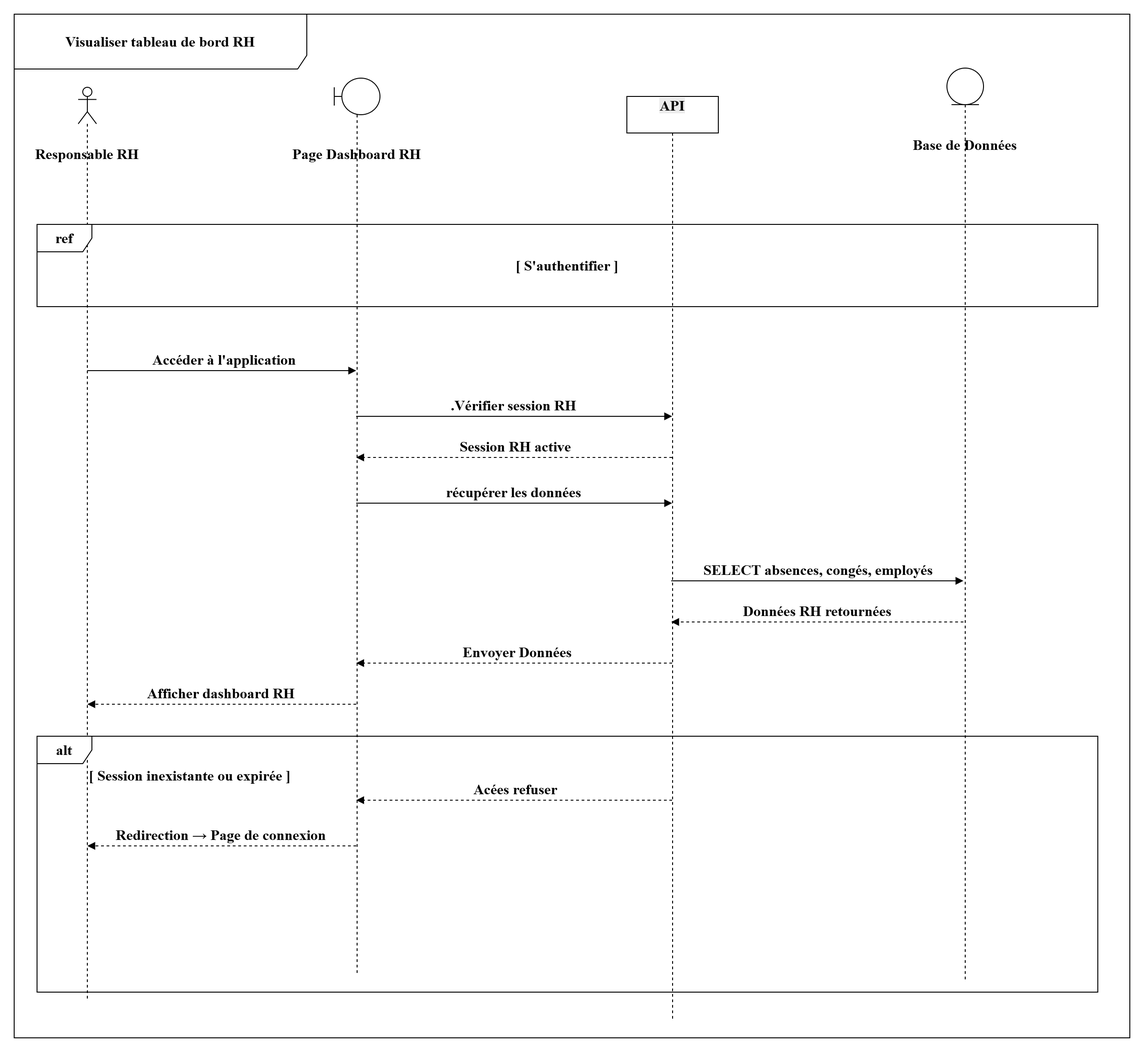
Earlier version of the draw.io export projet/images/digf/ss4/dr.drawio.png (louu7895/pfe). Source tidied: cells renumbered, new cells last; positions are measured from the earlier drawing's top-left corner, leaving out a move shared by most shapes.
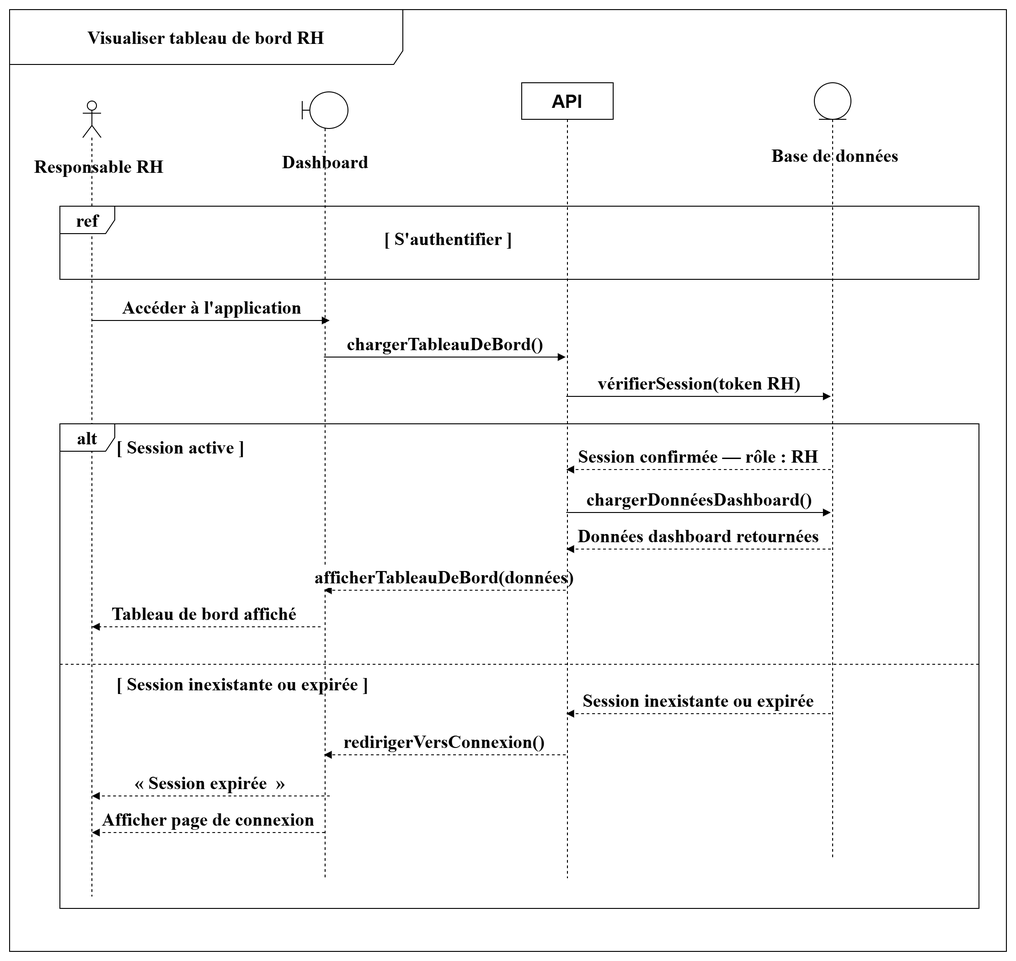
The same diagram one commit later.

Change to the diagram source:
```diff
@@ -2,101 +2,110 @@
   <root>
     <mxCell id="0" />
     <mxCell id="1" parent="0" />
-    <mxCell id="2" style="shape=umlLifeline;perimeter=lifelinePerimeter;whiteSpace=wrap;html=1;participant=umlActor;fontSize=16;fontFamily=Times New Roman;fontStyle=1;" parent="1" vertex="1">
-      <mxGeometry x="70" y="80" width="20" height="1000" as="geometry" />
-    </mxCell>
+    <mxCell id="24" style="shape=umlLifeline;perimeter=lifelinePerimeter;whiteSpace=wrap;html=1;participant=umlActor;fontSize=20;fontFamily=Times New Roman;fontStyle=1;" parent="1" vertex="1">
+      <mxGeometry x="50" y="90" width="20" height="870" as="geometry" />
+    </mxCell>
-    <mxCell id="3" style="shape=umlLifeline;perimeter=lifelinePerimeter;whiteSpace=wrap;html=1;outlineConnect=0;portConstraint=eastwest;participant=umlBoundary;fontSize=16;fontFamily=Times New Roman;fontStyle=1;" parent="1" vertex="1">
-      <mxGeometry x="350" y="70" width="50" height="980" as="geometry" />
+    <mxCell id="3" style="shape=umlLifeline;perimeter=lifelinePerimeter;whiteSpace=wrap;html=1;outlineConnect=0;portConstraint=eastwest;participant=umlBoundary;fontSize=20;fontFamily=Times New Roman;fontStyle=1;" parent="1" vertex="1">
+      <mxGeometry x="290" y="80" width="50" height="860" as="geometry" />
     </mxCell>
-    <mxCell id="4" style="shape=umlLifeline;perimeter=lifelinePerimeter;whiteSpace=wrap;html=1;participant=umlEntity;fontSize=16;fontFamily=Times New Roman;fontStyle=1;" parent="1" vertex="1">
-      <mxGeometry x="1020" y="59" width="40" height="1000" as="geometry" />
+    <mxCell id="4" style="shape=umlLifeline;perimeter=lifelinePerimeter;whiteSpace=wrap;html=1;participant=umlEntity;fontSize=20;fontFamily=Times New Roman;fontStyle=1;" parent="1" vertex="1">
+      <mxGeometry x="850" y="70" width="40" height="850" as="geometry" />
     </mxCell>
-    <mxCell id="5" value="Responsable RH" style="text;html=1;whiteSpace=wrap;strokeColor=none;fillColor=none;align=center;verticalAlign=middle;rounded=0;fontSize=16;fontStyle=1;fontFamily=Times New Roman;" parent="1" vertex="1">
-      <mxGeometry y="140" width="160" height="25" as="geometry" />
+    <mxCell id="5" value="Responsable RH" style="text;html=1;whiteSpace=wrap;strokeColor=none;fillColor=none;align=center;verticalAlign=middle;rounded=0;fontSize=20;fontStyle=1;fontFamily=Times New Roman;" parent="1" vertex="1">
+      <mxGeometry x="-12" y="148" width="160" height="25" as="geometry" />
     </mxCell>
-    <mxCell id="6" value="Page Dashboard RH" style="text;html=1;whiteSpace=wrap;strokeColor=none;fillColor=none;align=center;verticalAlign=middle;rounded=0;fontSize=16;fontStyle=1;fontFamily=Times New Roman;" parent="1" vertex="1">
-      <mxGeometry x="255" y="140" width="240" height="25" as="geometry" />
+    <mxCell id="6" value="&lt;div&gt;Dashboard&amp;nbsp;&lt;/div&gt;" style="text;html=1;whiteSpace=wrap;strokeColor=none;fillColor=none;align=center;verticalAlign=middle;rounded=0;fontSize=20;fontStyle=1;fontFamily=Times New Roman;" parent="1" vertex="1">
+      <mxGeometry x="228" y="136" width="180" height="40" as="geometry" />
     </mxCell>
-    <mxCell id="7" value="Base de Données" style="text;html=1;whiteSpace=wrap;strokeColor=none;fillColor=none;align=center;verticalAlign=middle;rounded=0;fontSize=16;fontStyle=1;fontFamily=Times New Roman;" parent="1" vertex="1">
-      <mxGeometry x="955" y="130" width="170" height="25" as="geometry" />
+    <mxCell id="7" value="Base de données" style="text;html=1;whiteSpace=wrap;strokeColor=none;fillColor=none;align=center;verticalAlign=middle;rounded=0;fontSize=20;fontStyle=1;fontFamily=Times New Roman;" parent="1" vertex="1">
+      <mxGeometry x="788" y="136" width="170" height="25" as="geometry" />
     </mxCell>
-    <mxCell id="8" value="Visualiser tableau de bord RH" style="shape=umlFrame;whiteSpace=wrap;html=1;width=320;height=60;fontSize=16;fontFamily=Times New Roman;fontStyle=1;" parent="1" vertex="1">
-      <mxGeometry width="1220" height="1120" as="geometry" />
+    <mxCell id="8" value="Visualiser tableau de bord RH" style="shape=umlFrame;whiteSpace=wrap;html=1;fontSize=20;fontFamily=Times New Roman;width=430;height=60;fontStyle=1;" parent="1" vertex="1">
+      <mxGeometry x="-30" y="-10" width="1090" height="1030" as="geometry" />
     </mxCell>
-    <mxCell id="9" value="ref" style="shape=umlFrame;whiteSpace=wrap;html=1;fontSize=16;fontFamily=Times New Roman;fontStyle=1;" parent="1" vertex="1">
-      <mxGeometry x="25" y="230" width="1160" height="90" as="geometry" />
+    <mxCell id="9" value="ref" style="shape=umlFrame;whiteSpace=wrap;html=1;fontSize=20;fontFamily=Times New Roman;fontStyle=1;" parent="1" vertex="1">
+      <mxGeometry x="25" y="205" width="1005" height="80" as="geometry" />
     </mxCell>
-    <mxCell id="10" value="[ S'authentifier ]" style="text;html=1;whiteSpace=wrap;strokeColor=none;fillColor=none;align=center;verticalAlign=middle;rounded=0;fontSize=16;fontStyle=1;fontFamily=Times New Roman;" parent="1" vertex="1">
-      <mxGeometry x="505" y="260" width="200" height="30" as="geometry" />
+    <mxCell id="10" value="[ S'authentifier ]" style="text;html=1;whiteSpace=wrap;strokeColor=none;fillColor=none;align=center;verticalAlign=middle;rounded=0;fontSize=20;fontStyle=1;fontFamily=Times New Roman;" parent="1" vertex="1">
+      <mxGeometry x="310" y="225" width="280" height="30" as="geometry" />
     </mxCell>
-    <mxCell id="11" value="&amp;nbsp;Accéder à l'application" style="html=1;verticalAlign=bottom;endArrow=block;curved=0;rounded=0;fontSize=16;fontFamily=Times New Roman;fontStyle=1;" parent="1" edge="1">
+    <mxCell id="11" value="Accéder à l'application" style="html=1;verticalAlign=bottom;endArrow=block;curved=0;rounded=0;fontSize=20;fontFamily=Times New Roman;fontStyle=1;" parent="1" vertex="1" edge="1">
       <mxGeometry relative="1" as="geometry">
-        <mxPoint x="80" y="390" as="sourcePoint" />
-        <mxPoint x="374" y="390" as="targetPoint" />
+        <mxPoint x="60" y="330" as="sourcePoint" />
+        <mxPoint x="320" y="330" as="targetPoint" />
       </mxGeometry>
     </mxCell>
+    <mxCell id="25" value="chargerTableauDeBord()" style="html=1;verticalAlign=bottom;endArrow=block;curved=0;rounded=0;fontSize=20;fontFamily=Times New Roman;fontStyle=1;" parent="1" vertex="1" edge="1" source="3">
+      <mxGeometry relative="1" as="geometry">
+        <mxPoint x="578" y="370" as="targetPoint" />
+      </mxGeometry>
+    </mxCell>
-    <mxCell id="12" value=".Vérifier session RH" style="html=1;verticalAlign=bottom;endArrow=block;curved=0;rounded=0;fontSize=16;fontFamily=Times New Roman;fontStyle=1;" parent="1" edge="1">
+    <mxCell id="12" value="vérifierSession(token RH)" style="html=1;verticalAlign=bottom;endArrow=block;curved=0;rounded=0;fontSize=20;fontFamily=Times New Roman;fontStyle=1;" parent="1" vertex="1" edge="1" source="23">
       <mxGeometry relative="1" as="geometry">
-        <mxPoint x="374" y="440" as="sourcePoint" />
-        <mxPoint x="719.5" y="440" as="targetPoint" />
+        <mxPoint x="868" y="413" as="targetPoint" />
       </mxGeometry>
     </mxCell>
+    <mxCell id="19" value="alt" style="shape=umlFrame;whiteSpace=wrap;html=1;fontSize=20;fontFamily=Times New Roman;fontStyle=1;" parent="1" vertex="1">
+      <mxGeometry x="25" y="443" width="1005" height="530" as="geometry" />
+    </mxCell>
+    <mxCell id="26" value="[ Session active ]" style="text;html=1;whiteSpace=wrap;strokeColor=none;fillColor=none;align=left;verticalAlign=middle;rounded=0;fontSize=20;fontStyle=1;fontFamily=Times New Roman;" parent="1" vertex="1">
+      <mxGeometry x="85" y="455" width="220" height="25" as="geometry" />
+    </mxCell>
-    <mxCell id="13" value="Session RH active" style="html=1;verticalAlign=bottom;endArrow=block;curved=1;rounded=0;dashed=1;fontSize=16;fontFamily=Times New Roman;fontStyle=1;" parent="1" edge="1">
+    <mxCell id="13" value="Session confirmée — rôle : RH" style="html=1;verticalAlign=bottom;endArrow=block;curved=1;rounded=0;dashed=1;fontSize=20;fontFamily=Times New Roman;fontStyle=1;" parent="1" vertex="1" edge="1" target="23">
       <mxGeometry relative="1" as="geometry">
-        <mxPoint x="719.5" y="485" as="sourcePoint" />
-        <mxPoint x="374" y="485" as="targetPoint" />
+        <mxPoint x="868" y="493" as="sourcePoint" />
       </mxGeometry>
     </mxCell>
-    <mxCell id="14" value="récupérer&amp;nbsp;les données" style="html=1;verticalAlign=bottom;endArrow=block;curved=0;rounded=0;fontSize=16;fontFamily=Times New Roman;fontStyle=1;" parent="1" edge="1">
+    <mxCell id="14" value="chargerDonnéesDashboard()" style="html=1;verticalAlign=bottom;endArrow=block;curved=0;rounded=0;fontSize=20;fontFamily=Times New Roman;fontStyle=1;" parent="1" vertex="1" edge="1" source="23">
       <mxGeometry relative="1" as="geometry">
-        <mxPoint x="374" y="535" as="sourcePoint" />
-        <mxPoint x="719.5" y="535" as="targetPoint" />
+        <mxPoint x="868" y="540" as="targetPoint" />
       </mxGeometry>
     </mxCell>
-    <mxCell id="15" value="SELECT absences, congés, employés" style="html=1;verticalAlign=bottom;endArrow=block;curved=0;rounded=0;fontSize=16;fontFamily=Times New Roman;fontStyle=1;" parent="1" edge="1">
-      <mxGeometry relative="1" as="geometry">
-        <mxPoint x="718.5" y="620" as="sourcePoint" />
-        <mxPoint x="1038" y="620" as="targetPoint" />
-      </mxGeometry>
-    </mxCell>
-    <mxCell id="16" value="Données RH retournées" style="html=1;verticalAlign=bottom;endArrow=block;curved=1;rounded=0;dashed=1;fontSize=16;fontFamily=Times New Roman;fontStyle=1;" parent="1" edge="1">
-      <mxGeometry relative="1" as="geometry">
-        <mxPoint x="1038" y="665" as="sourcePoint" />
-        <mxPoint x="718.5" y="665" as="targetPoint" />
-      </mxGeometry>
-    </mxCell>
-    <mxCell id="17" value="&amp;nbsp;Envoyer Données" style="html=1;verticalAlign=bottom;endArrow=block;curved=1;rounded=0;dashed=1;fontSize=16;fontFamily=Times New Roman;fontStyle=1;" parent="1" edge="1">
-      <mxGeometry relative="1" as="geometry">
-        <mxPoint x="719.5" y="710" as="sourcePoint" />
-        <mxPoint x="374" y="710" as="targetPoint" />
-      </mxGeometry>
-    </mxCell>
-    <mxCell id="18" value="Afficher dashboard RH" style="html=1;verticalAlign=bottom;endArrow=block;curved=1;rounded=0;dashed=1;fontSize=16;fontFamily=Times New Roman;fontStyle=1;" parent="1" edge="1">
-      <mxGeometry relative="1" as="geometry">
-        <mxPoint x="374" y="755" as="sourcePoint" />
-        <mxPoint x="80" y="755" as="targetPoint" />
-      </mxGeometry>
-    </mxCell>
-    <mxCell id="19" value="alt" style="shape=umlFrame;whiteSpace=wrap;html=1;fontSize=16;fontFamily=Times New Roman;fontStyle=1;" parent="1" vertex="1">
-      <mxGeometry x="25" y="790" width="1160" height="280" as="geometry" />
-    </mxCell>
+    <mxCell id="27" value="Données dashboard retournées" style="html=1;verticalAlign=bottom;endArrow=block;curved=1;rounded=0;dashed=1;fontSize=20;fontFamily=Times New Roman;fontStyle=1;" parent="1" vertex="1" edge="1" target="23">
+      <mxGeometry relative="1" as="geometry">
+        <mxPoint x="868" y="580" as="sourcePoint" />
+      </mxGeometry>
+    </mxCell>
+    <mxCell id="28" value="afficherTableauDeBord(données)" style="html=1;verticalAlign=bottom;endArrow=block;curved=1;rounded=0;dashed=1;fontSize=20;fontFamily=Times New Roman;fontStyle=1;" parent="1" vertex="1" edge="1" target="3">
+      <mxGeometry relative="1" as="geometry">
+        <mxPoint x="578" y="625" as="sourcePoint" />
+      </mxGeometry>
+    </mxCell>
+    <mxCell id="29" value="Tableau de bord affiché&amp;nbsp;" style="html=1;verticalAlign=bottom;endArrow=block;curved=1;rounded=0;dashed=1;fontSize=20;fontFamily=Times New Roman;fontStyle=1;" parent="1" vertex="1" edge="1">
+      <mxGeometry x="0.01" relative="1" as="geometry">
+        <mxPoint x="310" y="665" as="sourcePoint" />
+        <mxPoint x="60" y="665" as="targetPoint" />
+      </mxGeometry>
+    </mxCell>
+    <mxCell id="30" style="line;strokeWidth=1;fillColor=none;align=left;verticalAlign=middle;strokeColor=inherit;dashed=1;fontSize=20;fontFamily=Times New Roman;fontStyle=1;" parent="1" vertex="1">
+      <mxGeometry x="25" y="702" width="1005" height="8" as="geometry" />
+    </mxCell>
-    <mxCell id="20" value="[ Session inexistante ou expirée ]" style="text;html=1;whiteSpace=wrap;strokeColor=none;fillColor=none;align=left;verticalAlign=middle;rounded=0;fontSize=16;fontStyle=1;fontFamily=Times New Roman;" parent="1" vertex="1">
-      <mxGeometry x="80" y="820" width="300" height="25" as="geometry" />
+    <mxCell id="20" value="[ Session inexistante ou expirée ]" style="text;html=1;whiteSpace=wrap;strokeColor=none;fillColor=none;align=left;verticalAlign=middle;rounded=0;fontSize=20;fontStyle=1;fontFamily=Times New Roman;" parent="1" vertex="1">
+      <mxGeometry x="85" y="714" width="340" height="25" as="geometry" />
     </mxCell>
-    <mxCell id="21" value="Acées refuser" style="html=1;verticalAlign=bottom;endArrow=block;curved=1;rounded=0;dashed=1;fontSize=16;fontFamily=Times New Roman;fontStyle=1;" parent="1" edge="1">
-      <mxGeometry relative="1" as="geometry">
-        <mxPoint x="719.5" y="860" as="sourcePoint" />
-        <mxPoint x="374" y="860" as="targetPoint" />
-      </mxGeometry>
-    </mxCell>
-    <mxCell id="22" value="Redirection → Page de connexion" style="html=1;verticalAlign=bottom;endArrow=block;curved=1;rounded=0;dashed=1;fontSize=16;fontFamily=Times New Roman;fontStyle=1;" parent="1" edge="1">
-      <mxGeometry relative="1" as="geometry">
-        <mxPoint x="374" y="910" as="sourcePoint" />
-        <mxPoint x="80" y="910" as="targetPoint" />
-      </mxGeometry>
-    </mxCell>
+    <mxCell id="31" value="Session inexistante ou expirée" style="html=1;verticalAlign=bottom;endArrow=block;curved=1;rounded=0;dashed=1;fontSize=20;fontFamily=Times New Roman;fontStyle=1;" parent="1" vertex="1" edge="1" target="23">
+      <mxGeometry relative="1" as="geometry">
+        <mxPoint x="868" y="760" as="sourcePoint" />
+      </mxGeometry>
+    </mxCell>
+    <mxCell id="32" value="redirigerVersConnexion()" style="html=1;verticalAlign=bottom;endArrow=block;curved=1;rounded=0;dashed=1;fontSize=20;fontFamily=Times New Roman;fontStyle=1;" parent="1" vertex="1" edge="1" target="3">
+      <mxGeometry relative="1" as="geometry">
+        <mxPoint x="578" y="805" as="sourcePoint" />
+      </mxGeometry>
+    </mxCell>
+    <mxCell id="33" value="« Session expirée&amp;nbsp; »" style="html=1;verticalAlign=bottom;endArrow=block;curved=1;rounded=0;dashed=1;fontSize=20;fontFamily=Times New Roman;fontStyle=1;" parent="1" vertex="1" edge="1">
+      <mxGeometry relative="1" as="geometry">
+        <mxPoint x="320" y="850" as="sourcePoint" />
+        <mxPoint x="60" y="850" as="targetPoint" />
+      </mxGeometry>
+    </mxCell>
+    <mxCell id="34" value="Afficher page de connexion" style="html=1;verticalAlign=bottom;endArrow=block;curved=1;rounded=0;dashed=1;fontSize=20;fontFamily=Times New Roman;fontStyle=1;" parent="1" vertex="1" edge="1" source="3">
+      <mxGeometry relative="1" as="geometry">
+        <mxPoint x="60" y="890" as="targetPoint" />
+      </mxGeometry>
+    </mxCell>
-    <mxCell id="23" value="&#10;&lt;span style=&quot;color: rgb(0, 0, 0); font-family: &amp;quot;Times New Roman&amp;quot;; font-variant-ligatures: normal; font-variant-caps: normal; letter-spacing: normal; orphans: 2; text-align: center; text-indent: 0px; text-transform: none; widows: 2; word-spacing: 0px; -webkit-text-stroke-width: 0px; white-space: normal; background-color: rgb(236, 236, 236); text-decoration-thickness: initial; text-decoration-style: initial; text-decoration-color: initial; float: none; display: inline !important;&quot;&gt;API&lt;/span&gt;&#10;&#10;" style="shape=umlLifeline;perimeter=lifelinePerimeter;whiteSpace=wrap;html=1;outlineConnect=0;portConstraint=eastwest;newEdgeStyle={&quot;curved&quot;:0,&quot;rounded&quot;:0};fontSize=16;fontStyle=1;" parent="1" vertex="1">
-      <mxGeometry x="670" y="90" width="100" height="1010" as="geometry" />
+    <mxCell id="23" value="API" style="shape=umlLifeline;perimeter=lifelinePerimeter;whiteSpace=wrap;html=1;outlineConnect=0;portConstraint=eastwest;newEdgeStyle={&quot;curved&quot;:0,&quot;rounded&quot;:0};fontSize=20;fontStyle=1;" parent="1" vertex="1">
+      <mxGeometry x="530" y="70" width="100" height="870" as="geometry" />
     </mxCell>
   </root>
 </mxGraphModel>
```
